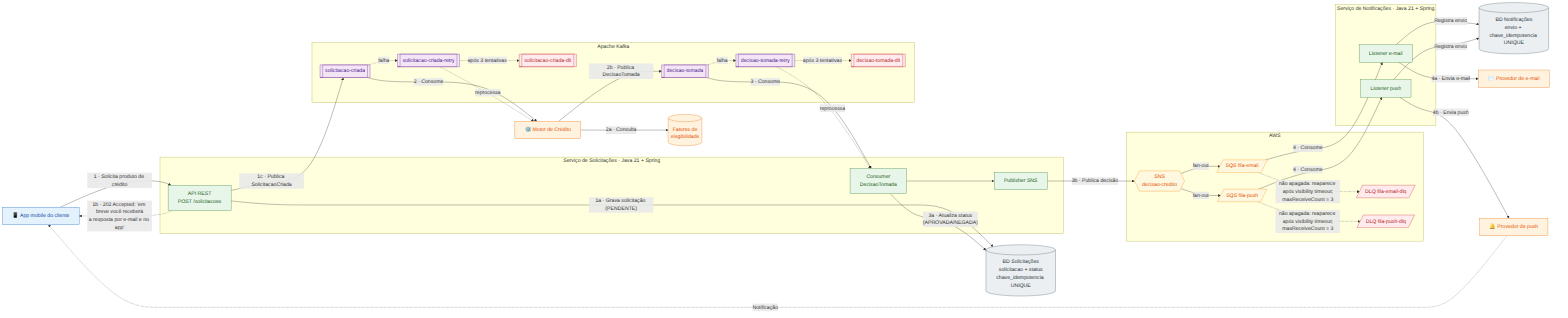
Earlier version of the Mermaid export docs/arquitetura.png (rafaelzucon/fluxo-de-credito). Its source is kept beside it as docs/arquitetura.mmd.
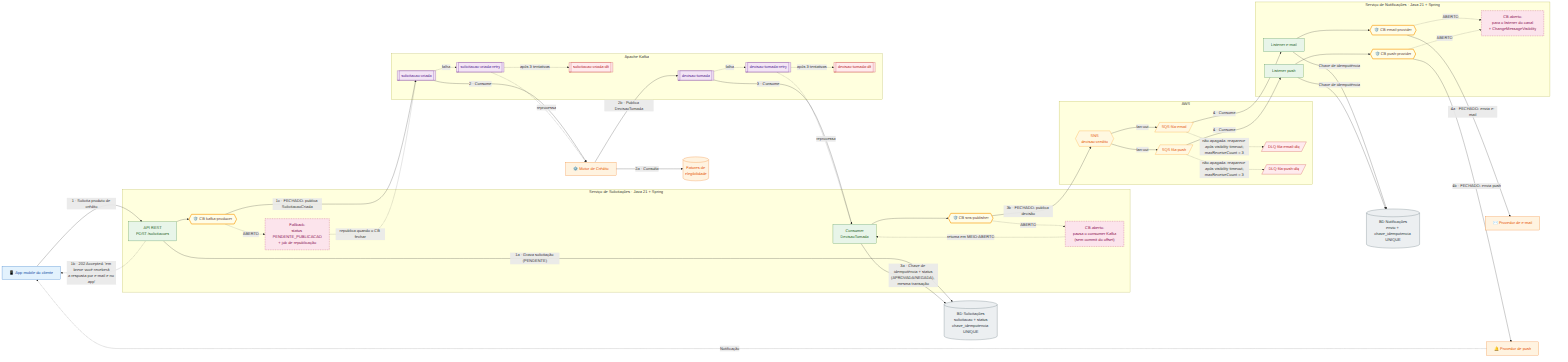
The same diagram one commit later.

The edit, as a diff of the source:
```diff
@@ -6,14 +6,19 @@
     classDef aws fill:#FFF8E1,stroke:#FF8F00,color:#E65100
     classDef db fill:#ECEFF1,stroke:#455A64,color:#263238
     classDef dlq fill:#FFEBEE,stroke:#C62828,color:#B71C1C
+    classDef cb fill:#FFFDE7,stroke:#F9A825,stroke-width:3px,color:#5D4037
+    classDef fb fill:#FCE4EC,stroke:#AD1457,stroke-dasharray:4 3,color:#880E4F
 
     APP["📱 App mobile do cliente"]:::app
 
     subgraph SOL["Serviço de Solicitações · Java 21 + Spring"]
         direction TB
         API["API REST<br/>POST /solicitacoes"]:::svc
+        CB_KAFKA{{"🛡️ CB kafka-producer"}}:::cb
+        FB_KAFKA["Fallback:<br/>status PENDENTE_PUBLICACAO<br/>+ job de republicação"]:::fb
         CONS_DEC["Consumer<br/>DecisaoTomada"]:::svc
-        PUB_SNS["Publisher SNS"]:::svc
+        CB_SNS{{"🛡️ CB sns-publisher"}}:::cb
+        FB_SNS["CB aberto:<br/>pausa o consumer Kafka<br/>(sem commit do offset)"]:::fb
     end
     DB_SOL[("BD Solicitações<br/>solicitacao + status<br/>chave_idempotencia UNIQUE")]:::db
 
@@ -42,7 +47,10 @@
     subgraph NOT["Serviço de Notificações · Java 21 + Spring"]
         direction TB
         L_EMAIL["Listener e-mail"]:::svc
+        CB_EMAIL{{"🛡️ CB email-provider"}}:::cb
         L_PUSH["Listener push"]:::svc
+        CB_PUSH{{"🛡️ CB push-provider"}}:::cb
+        FB_NOT["CB aberto:<br/>para o listener do canal<br/>+ ChangeMessageVisibility"]:::fb
     end
     DB_NOT[("BD Notificações<br/>envio + chave_idempotencia UNIQUE")]:::db
 
@@ -52,25 +60,34 @@
     APP -- "1 · Solicita produto de crédito" --> API
     API -- "1a · Grava solicitação (PENDENTE)" --> DB_SOL
     API -. "1b · 202 Accepted: 'em breve você receberá<br/>a resposta por e-mail e no app'" .-> APP
-    API -- "1c · Publica SolicitacaoCriada" --> T_SOL
+    API --> CB_KAFKA
+    CB_KAFKA -- "1c · FECHADO: publica SolicitacaoCriada" --> T_SOL
+    CB_KAFKA -. "ABERTO" .-> FB_KAFKA
+    FB_KAFKA -. "republica quando o CB fechar" .-> T_SOL
 
     T_SOL -- "2 · Consome" --> MOTOR
     MOTOR -- "2a · Consulta" --> ELEG
     MOTOR -- "2b · Publica DecisaoTomada" --> T_DEC
 
     T_DEC -- "3 · Consome" --> CONS_DEC
-    CONS_DEC -- "3a · Atualiza status<br/>(APROVADA/NEGADA)" --> DB_SOL
-    CONS_DEC --> PUB_SNS
-    PUB_SNS -- "3b · Publica decisão" --> SNS
+    CONS_DEC -- "3a · Chave de idempotência + status<br/>(APROVADA/NEGADA), mesma transação" --> DB_SOL
+    CONS_DEC --> CB_SNS
+    CB_SNS -- "3b · FECHADO: publica decisão" --> SNS
+    CB_SNS -. "ABERTO" .-> FB_SNS
+    FB_SNS -. "retoma em MEIO-ABERTO" .-> CONS_DEC
     SNS -- "fan-out" --> SQS_EMAIL
     SNS -- "fan-out" --> SQS_PUSH
 
     SQS_EMAIL -- "4 · Consome" --> L_EMAIL
     SQS_PUSH -- "4 · Consome" --> L_PUSH
-    L_EMAIL -- "Registra envio" --> DB_NOT
-    L_PUSH -- "Registra envio" --> DB_NOT
-    L_EMAIL -- "4a · Envia e-mail" --> EMAIL
-    L_PUSH -- "4b · Envia push" --> PUSH
+    L_EMAIL -- "Chave de idempotência" --> DB_NOT
+    L_PUSH -- "Chave de idempotência" --> DB_NOT
+    L_EMAIL --> CB_EMAIL
+    L_PUSH --> CB_PUSH
+    CB_EMAIL -- "4a · FECHADO: envia e-mail" --> EMAIL
+    CB_PUSH -- "4b · FECHADO: envia push" --> PUSH
+    CB_EMAIL -. "ABERTO" .-> FB_NOT
+    CB_PUSH -. "ABERTO" .-> FB_NOT
     PUSH -. "Notificação" .-> APP
 
     T_SOL -. "falha" .-> T_SOL_RETRY
```
